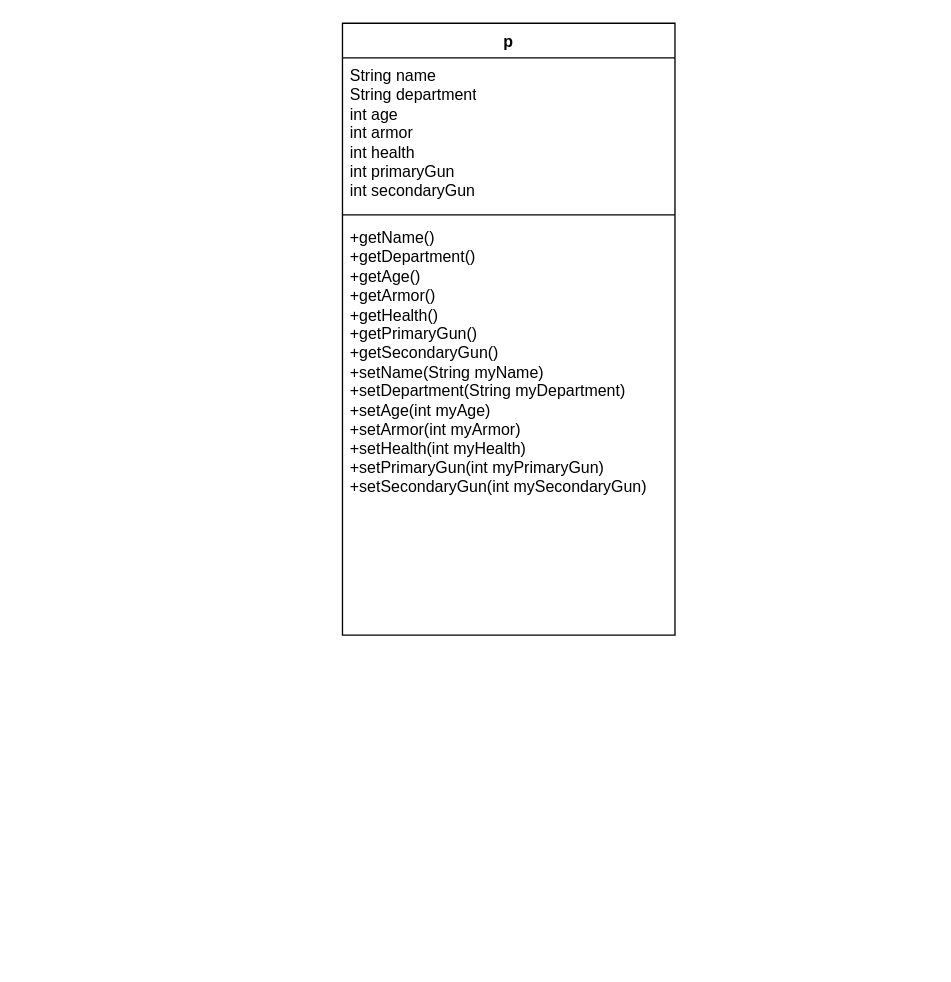
Before: Untitled Diagram.drawio in yushika-j/MyWorkspace, a draw.io diagram. Source tidied: cells renumbered, new cells numbered last; positions are measured from the earlier drawing's top-left corner, leaving out a move shared by most shapes. Both pictures are drawn from the tidied source at 133%, with x=0, y=0 at pixel (342, 23).
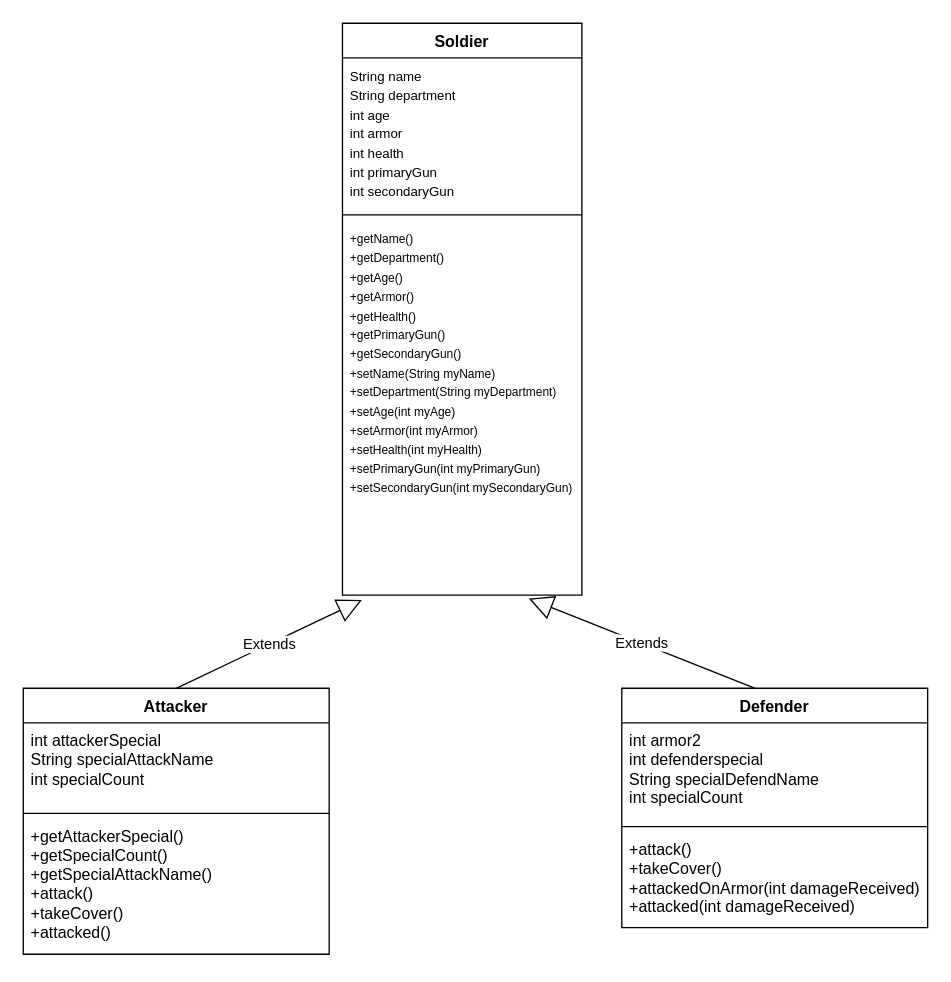
Above is the later version.

Commit message:
implemented inheritance

Diff of the diagram source:
```diff
@@
 <mxGraphModel>
   <root>
     <mxCell id="0" />
     <mxCell id="1" parent="0" />
-    <mxCell id="2" value="p" style="swimlane;fontStyle=1;align=center;verticalAlign=top;horizontal=1;startSize=26;whiteSpace=wrap;html=1;" parent="1" vertex="1">
-      <mxGeometry width="250" height="460" as="geometry" />
+    <mxCell id="2" value="Soldier" style="swimlane;fontStyle=1;align=center;verticalAlign=top;horizontal=1;startSize=26;whiteSpace=wrap;html=1;" parent="1" vertex="1">
+      <mxGeometry width="180" height="430" as="geometry" />
     </mxCell>
-    <mxCell id="3" value="String name&lt;br&gt;String department&lt;br&gt;int age&lt;br&gt;int armor&lt;br&gt;int health&lt;br&gt;int primaryGun&lt;br&gt;int secondaryGun" style="text;strokeColor=none;fillColor=none;align=left;verticalAlign=top;spacingLeft=4;spacingRight=4;overflow=hidden;whiteSpace=wrap;html=1;" parent="2" vertex="1">
-      <mxGeometry y="26" width="250" height="114" as="geometry" />
+    <mxCell id="3" value="&lt;font style=&quot;font-size: 10px;&quot;&gt;String name&lt;br&gt;String department&lt;br&gt;int age&lt;br&gt;int armor&lt;br&gt;int health&lt;br&gt;int primaryGun&lt;br&gt;int secondaryGun&lt;/font&gt;" style="text;strokeColor=none;fillColor=none;align=left;verticalAlign=top;spacingLeft=4;spacingRight=4;overflow=hidden;whiteSpace=wrap;html=1;" parent="2" vertex="1">
+      <mxGeometry y="26" width="180" height="114" as="geometry" />
     </mxCell>
     <mxCell id="4" style="line;strokeWidth=1;fillColor=none;align=left;verticalAlign=middle;spacingTop=-1;spacingLeft=3;spacingRight=3;labelPosition=right;strokeColor=inherit;" parent="2" vertex="1">
-      <mxGeometry y="140" width="250" height="8" as="geometry" />
+      <mxGeometry y="140" width="180" height="8" as="geometry" />
     </mxCell>
-    <mxCell id="5" value="+getName()&lt;br&gt;+getDepartment()&lt;br&gt;+getAge()&lt;br&gt;+getArmor()&lt;br&gt;+getHealth()&lt;br&gt;+getPrimaryGun()&lt;br&gt;+getSecondaryGun()&lt;br&gt;+setName(String myName)&lt;br&gt;+setDepartment(String myDepartment)&lt;br&gt;+setAge(int myAge)&lt;br&gt;+setArmor(int myArmor)&lt;br&gt;+setHealth(int myHealth)&lt;br&gt;+setPrimaryGun(int myPrimaryGun)&lt;br&gt;+setSecondaryGun(int mySecondaryGun)&lt;br&gt;" style="text;strokeColor=none;fillColor=none;align=left;verticalAlign=top;spacingLeft=4;spacingRight=4;overflow=hidden;points=[[0,0.5],[1,0.5]];portConstraint=eastwest;whiteSpace=wrap;html=1;" parent="2" vertex="1">
-      <mxGeometry y="148" width="250" height="312" as="geometry" />
+    <mxCell id="5" value="&lt;font style=&quot;font-size: 9px;&quot;&gt;+getName()&lt;br&gt;+getDepartment()&lt;br&gt;+getAge()&lt;br&gt;+getArmor()&lt;br&gt;+getHealth()&lt;br&gt;+getPrimaryGun()&lt;br&gt;+getSecondaryGun()&lt;br&gt;+setName(String myName)&lt;br&gt;+setDepartment(String myDepartment)&lt;br&gt;+setAge(int myAge)&lt;br&gt;+setArmor(int myArmor)&lt;br&gt;+setHealth(int myHealth)&lt;br&gt;+setPrimaryGun(int myPrimaryGun)&lt;br&gt;+setSecondaryGun(int mySecondaryGun)&lt;/font&gt;" style="text;strokeColor=none;fillColor=none;align=left;verticalAlign=top;spacingLeft=4;spacingRight=4;overflow=hidden;points=[[0,0.5],[1,0.5]];portConstraint=eastwest;whiteSpace=wrap;html=1;" parent="2" vertex="1">
+      <mxGeometry y="148" width="180" height="282" as="geometry" />
     </mxCell>
+    <mxCell id="6" value="Attacker" style="swimlane;fontStyle=1;align=center;verticalAlign=top;horizontal=1;startSize=26;whiteSpace=wrap;html=1;" parent="1" vertex="1">
+      <mxGeometry x="-240" y="500" width="230" height="200" as="geometry" />
+    </mxCell>
+    <mxCell id="7" value="int attackerSpecial&lt;br&gt;String specialAttackName&lt;br&gt;int specialCount&lt;br&gt;" style="text;strokeColor=none;fillColor=none;align=left;verticalAlign=top;spacingLeft=4;spacingRight=4;overflow=hidden;whiteSpace=wrap;html=1;" parent="6" vertex="1">
+      <mxGeometry y="26" width="230" height="64" as="geometry" />
+    </mxCell>
+    <mxCell id="8" style="line;strokeWidth=1;fillColor=none;align=left;verticalAlign=middle;spacingTop=-1;spacingLeft=3;spacingRight=3;labelPosition=right;strokeColor=inherit;" parent="6" vertex="1">
+      <mxGeometry y="90" width="230" height="8" as="geometry" />
+    </mxCell>
+    <mxCell id="9" value="+getAttackerSpecial()&lt;br&gt;+getSpecialCount()&lt;br&gt;+getSpecialAttackName()&lt;br&gt;+attack()&lt;br&gt;+takeCover()&lt;br&gt;+attacked()" style="text;strokeColor=none;fillColor=none;align=left;verticalAlign=top;spacingLeft=4;spacingRight=4;overflow=hidden;whiteSpace=wrap;html=1;" parent="6" vertex="1">
+      <mxGeometry y="98" width="230" height="102" as="geometry" />
+    </mxCell>
+    <mxCell id="10" value="Defender" style="swimlane;fontStyle=1;align=center;verticalAlign=top;horizontal=1;startSize=26;whiteSpace=wrap;html=1;" parent="1" vertex="1">
+      <mxGeometry x="210" y="500" width="230" height="180" as="geometry" />
+    </mxCell>
+    <mxCell id="11" value="int armor2&lt;br&gt;int defenderspecial&lt;br&gt;String specialDefendName&lt;br&gt;int specialCount" style="text;strokeColor=none;fillColor=none;align=left;verticalAlign=top;spacingLeft=4;spacingRight=4;overflow=hidden;whiteSpace=wrap;html=1;" parent="10" vertex="1">
+      <mxGeometry y="26" width="230" height="74" as="geometry" />
+    </mxCell>
+    <mxCell id="12" style="line;strokeWidth=1;fillColor=none;align=left;verticalAlign=middle;spacingTop=-1;spacingLeft=3;spacingRight=3;labelPosition=right;strokeColor=inherit;" parent="10" vertex="1">
+      <mxGeometry y="100" width="230" height="8" as="geometry" />
+    </mxCell>
+    <mxCell id="13" value="+attack()&lt;br&gt;+takeCover()&lt;br&gt;+attackedOnArmor(int damageReceived)&lt;br&gt;+attacked(int damageReceived)&lt;br&gt;" style="text;strokeColor=none;fillColor=none;align=left;verticalAlign=top;spacingLeft=4;spacingRight=4;overflow=hidden;whiteSpace=wrap;html=1;" parent="10" vertex="1">
+      <mxGeometry y="108" width="230" height="72" as="geometry" />
+    </mxCell>
+    <mxCell id="14" value="Extends" style="endArrow=block;endSize=16;endFill=0;html=1;rounded=0;entryX=0.827;entryY=1.009;entryDx=0;entryDy=0;entryPerimeter=0;exitX=0.5;exitY=0;exitDx=0;exitDy=0;" parent="1" edge="1">
+      <mxGeometry relative="1" as="geometry">
+        <mxPoint x="310.3" y="500" as="sourcePoint" />
+        <mxPoint x="140" y="432.5" as="targetPoint" />
+      </mxGeometry>
+    </mxCell>
+    <mxCell id="15" value="Extends" style="endArrow=block;endSize=16;endFill=0;html=1;rounded=0;exitX=0.5;exitY=0;exitDx=0;exitDy=0;entryX=0.081;entryY=1.013;entryDx=0;entryDy=0;entryPerimeter=0;" parent="1" edge="1" source="6" target="5">
+      <mxGeometry relative="1" as="geometry" />
+    </mxCell>
   </root>
 </mxGraphModel>
```
